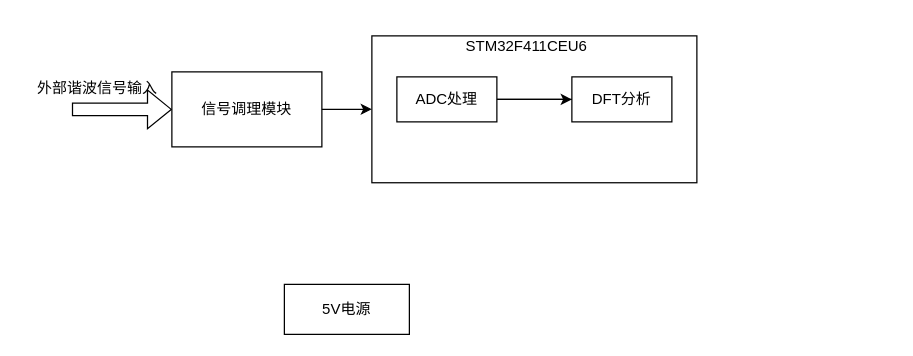
The draw.io diagram 2021国赛A.drawio in xchms666/TI-Cup, before the edit. Source tidied: cells renumbered, new cells numbered last; positions are measured from the earlier drawing's top-left corner, leaving out a move shared by most shapes. Both pictures are drawn from the tidied source at 125%, with x=0, y=0 at pixel (21, 28).
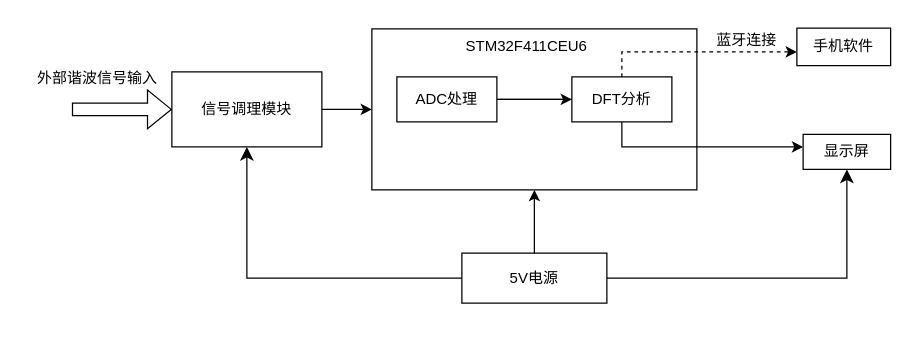
The same page after the edit.

Unchanged cells that the change refers to:
```xml
<mxCell id="3" value="信号调理模块" style="rounded=0;whiteSpace=wrap;html=1;" parent="1" vertex="1">
  <mxGeometry x="120" y="35" width="120" height="60" as="geometry" />
</mxCell>
<mxCell id="8" value="DFT分析" style="rounded=0;whiteSpace=wrap;html=1;" parent="1" vertex="1">
  <mxGeometry x="440" y="39" width="80" height="36" as="geometry" />
</mxCell>
```

The edit, as a diff of the source:
```diff
@@
     <mxCell id="2" style="rounded=0;whiteSpace=wrap;html=1;" parent="1" vertex="1">
-      <mxGeometry x="280" y="6.2" width="260" height="117.5" as="geometry" />
+      <mxGeometry x="280" y="0.6" width="260" height="128.8" as="geometry" />
     </mxCell>
@@
     <mxCell id="5" value="外部谐波信号输入" style="text;html=1;align=center;verticalAlign=middle;strokeColor=none;fillColor=none;" parent="1" vertex="1">
-      <mxGeometry y="33" width="120" height="30" as="geometry" />
+      <mxGeometry y="25" width="120" height="30" as="geometry" />
     </mxCell>
@@
+    <mxCell id="14" style="edgeStyle=orthogonalEdgeStyle;rounded=0;jettySize=auto;html=1;exitX=0.5;exitY=0;exitDx=0;exitDy=0;dashed=1;" parent="1" edge="1" source="8" target="20">
+      <mxGeometry relative="1" as="geometry">
+        <Array as="points">
+          <mxPoint x="480" y="19" />
+        </Array>
+      </mxGeometry>
+    </mxCell>
+    <mxCell id="15" style="edgeStyle=orthogonalEdgeStyle;rounded=0;jettySize=auto;html=1;exitX=0.5;exitY=1;exitDx=0;exitDy=0;" parent="1" edge="1" source="8" target="17">
+      <mxGeometry relative="1" as="geometry">
+        <Array as="points">
+          <mxPoint x="480" y="95" />
+        </Array>
+      </mxGeometry>
+    </mxCell>
@@
     <mxCell id="13" value="5V电源" style="rounded=0;whiteSpace=wrap;html=1;" parent="1" vertex="1">
-      <mxGeometry x="210" y="205" width="100" height="40" as="geometry" />
+      <mxGeometry x="352" y="180" width="116" height="40" as="geometry" />
     </mxCell>
+    <mxCell id="16" style="edgeStyle=segmentEdgeStyle;endArrow=classic;html=1;curved=0;rounded=0;endSize=8;startSize=8;exitX=0;exitY=0.5;exitDx=0;exitDy=0;" parent="1" edge="1" source="13" target="3">
+      <mxGeometry relative="1" as="geometry" />
+    </mxCell>
+    <mxCell id="17" value="显示屏" style="rounded=0;whiteSpace=wrap;html=1;" parent="1" vertex="1">
+      <mxGeometry x="625" y="85" width="70" height="28" as="geometry" />
+    </mxCell>
+    <mxCell id="18" style="endArrow=classic;html=1;rounded=0;exitX=0.5;exitY=0;exitDx=0;exitDy=0;" parent="1" edge="1" source="13" target="2">
+      <mxGeometry relative="1" as="geometry" />
+    </mxCell>
+    <mxCell id="19" style="edgeStyle=segmentEdgeStyle;endArrow=classic;html=1;curved=0;rounded=0;endSize=8;startSize=8;entryX=0.5;entryY=1;entryDx=0;entryDy=0;" parent="1" edge="1" source="13" target="17">
+      <mxGeometry relative="1" as="geometry" />
+    </mxCell>
+    <mxCell id="20" value="手机软件" style="rounded=0;whiteSpace=wrap;html=1;" parent="1" vertex="1">
+      <mxGeometry x="620" width="75" height="30" as="geometry" />
+    </mxCell>
+    <mxCell id="21" value="蓝牙连接" style="text;html=1;align=center;verticalAlign=middle;whiteSpace=wrap;rounded=0;" parent="1" vertex="1">
+      <mxGeometry x="550" y="-5" width="60" height="30" as="geometry" />
+    </mxCell>
```
